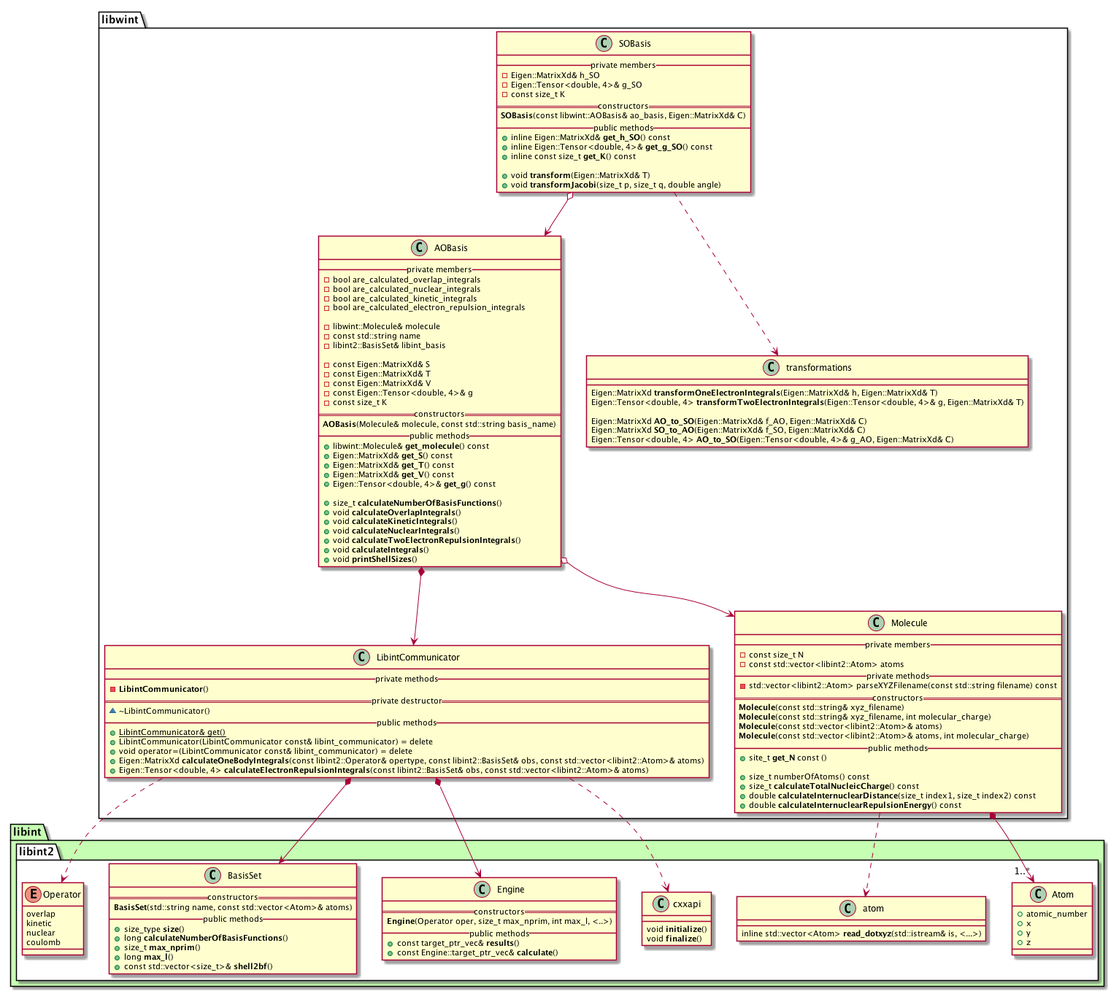
Above: docs/libwint_UML_diagram.png in tmhuysen/libwint (PlantUML), before the change.
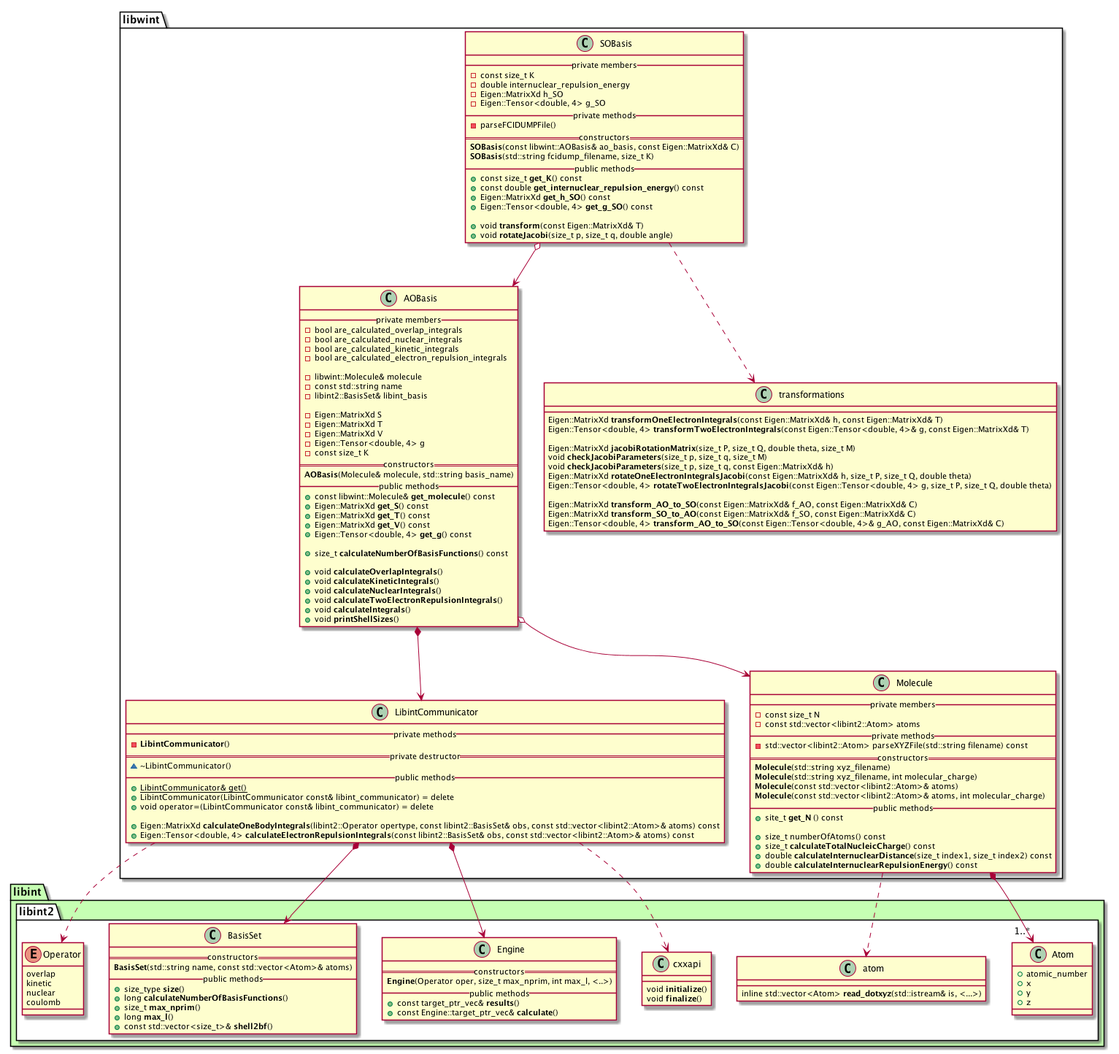
The same diagram one commit later.

Commit message:
Update UML diagram.

The edit, as a diff of the source:
```diff
@@ -64,21 +64,22 @@
             - const std::string name
             - libint2::BasisSet& libint_basis
 
-            - const Eigen::MatrixXd& S
-            - const Eigen::MatrixXd& T
-            - const Eigen::MatrixXd& V
-            - const Eigen::Tensor<double, 4>& g
+            - Eigen::MatrixXd S
+            - Eigen::MatrixXd T
+            - Eigen::MatrixXd V
+            - Eigen::Tensor<double, 4> g
             - const size_t K
         == constructors ==
-            **AOBasis**(Molecule& molecule, const std::string basis_name)
+            **AOBasis**(Molecule& molecule, std::string basis_name)
         __ public methods __
-            + libwint::Molecule& **get_molecule**() const
-            + Eigen::MatrixXd& **get_S**() const
-            + Eigen::MatrixXd& **get_T**() const
-            + Eigen::MatrixXd& **get_V**() const
-            + Eigen::Tensor<double, 4>& **get_g**() const
+            + const libwint::Molecule& **get_molecule**() const
+            + Eigen::MatrixXd **get_S**() const
+            + Eigen::MatrixXd **get_T**() const
+            + Eigen::MatrixXd **get_V**() const
+            + Eigen::Tensor<double, 4> **get_g**() const
 
-            + size_t **calculateNumberOfBasisFunctions**()
+            + size_t **calculateNumberOfBasisFunctions**() const
+
             + void **calculateOverlapIntegrals**()
             + void **calculateKineticIntegrals**()
             + void **calculateNuclearIntegrals**()
@@ -90,28 +91,40 @@
 
     class SOBasis {
         __ private members __
-            - Eigen::MatrixXd& h_SO
-            - Eigen::Tensor<double, 4>& g_SO
             - const size_t K
+            - double internuclear_repulsion_energy
+            - Eigen::MatrixXd h_SO
+            - Eigen::Tensor<double, 4> g_SO
+        __ private methods __
+            - parseFCIDUMPFile()
         == constructors ==
-            **SOBasis**(const libwint::AOBasis& ao_basis, Eigen::MatrixXd& C)
+            **SOBasis**(const libwint::AOBasis& ao_basis, const Eigen::MatrixXd& C)
+            **SOBasis**(std::string fcidump_filename, size_t K)
         __ public methods __
-            + inline Eigen::MatrixXd& **get_h_SO**() const
-            + inline Eigen::Tensor<double, 4>& **get_g_SO**() const
-            + inline const size_t **get_K**() const
+            + const size_t **get_K**() const
+            + const double **get_internuclear_repulsion_energy**() const
+            + Eigen::MatrixXd **get_h_SO**() const
+            + Eigen::Tensor<double, 4> **get_g_SO**() const
 
-            + void **transform**(Eigen::MatrixXd& T)
-            + void **transformJacobi**(size_t p, size_t q, double angle)
+            + void **transform**(const Eigen::MatrixXd& T)
+            + void **rotateJacobi**(size_t p, size_t q, double angle)
     }
 
 
     class transformations {
-            Eigen::MatrixXd **transformOneElectronIntegrals**(Eigen::MatrixXd& h, Eigen::MatrixXd& T)
-            Eigen::Tensor<double, 4> **transformTwoElectronIntegrals**(Eigen::Tensor<double, 4>& g, Eigen::MatrixXd& T)
+            Eigen::MatrixXd **transformOneElectronIntegrals**(const Eigen::MatrixXd& h, const Eigen::MatrixXd& T)
+            Eigen::Tensor<double, 4> **transformTwoElectronIntegrals**(const Eigen::Tensor<double, 4>& g, const Eigen::MatrixXd& T)
 
-            Eigen::MatrixXd **AO_to_SO**(Eigen::MatrixXd& f_AO, Eigen::MatrixXd& C)
-            Eigen::MatrixXd **SO_to_AO**(Eigen::MatrixXd& f_SO, Eigen::MatrixXd& C)
-            Eigen::Tensor<double, 4> **AO_to_SO**(Eigen::Tensor<double, 4>& g_AO, Eigen::MatrixXd& C)
+            Eigen::MatrixXd **jacobiRotationMatrix**(size_t P, size_t Q, double theta, size_t M)
+            void **checkJacobiParameters**(size_t p, size_t q, size_t M)
+            void **checkJacobiParameters**(size_t p, size_t q, const Eigen::MatrixXd& h)
+            Eigen::MatrixXd **rotateOneElectronIntegralsJacobi**(const Eigen::MatrixXd& h, size_t P, size_t Q, double theta)
+            Eigen::Tensor<double, 4> **rotateTwoElectronIntegralsJacobi**(const Eigen::Tensor<double, 4> g, size_t P, size_t Q, double theta)
+
+            Eigen::MatrixXd **transform_AO_to_SO**(const Eigen::MatrixXd& f_AO, const Eigen::MatrixXd& C)
+            Eigen::MatrixXd **transform_SO_to_AO**(const Eigen::MatrixXd& f_SO, const Eigen::MatrixXd& C)
+            Eigen::Tensor<double, 4> **transform_AO_to_SO**(const Eigen::Tensor<double, 4>& g_AO, const Eigen::MatrixXd& C)
+
     }
 
 
@@ -124,8 +137,9 @@
             + {static} LibintCommunicator& get()
             + LibintCommunicator(LibintCommunicator const& libint_communicator) = delete
             + void operator=(LibintCommunicator const& libint_communicator) = delete
-            + Eigen::MatrixXd **calculateOneBodyIntegrals**(const libint2::Operator& opertype, const libint2::BasisSet& obs, const std::vector<libint2::Atom>& atoms)
-            + Eigen::Tensor<double, 4> **calculateElectronRepulsionIntegrals**(const libint2::BasisSet& obs, const std::vector<libint2::Atom>& atoms)
+
+            + Eigen::MatrixXd **calculateOneBodyIntegrals**(libint2::Operator opertype, const libint2::BasisSet& obs, const std::vector<libint2::Atom>& atoms) const
+            + Eigen::Tensor<double, 4> **calculateElectronRepulsionIntegrals**(const libint2::BasisSet& obs, const std::vector<libint2::Atom>& atoms) const
     }
 
 
@@ -134,14 +148,14 @@
             - const size_t N
             - const std::vector<libint2::Atom> atoms
         __ private methods __
-            - std::vector<libint2::Atom> parseXYZFilename(const std::string filename) const
+            - std::vector<libint2::Atom> parseXYZFile(std::string filename) const
         == constructors ==
-            **Molecule**(const std::string& xyz_filename)
-            **Molecule**(const std::string& xyz_filename, int molecular_charge)
+            **Molecule**(std::string xyz_filename)
+            **Molecule**(std::string xyz_filename, int molecular_charge)
             **Molecule**(const std::vector<libint2::Atom>& atoms)
             **Molecule**(const std::vector<libint2::Atom>& atoms, int molecular_charge)
         __ public methods __
-            + site_t **get_N** const ()
+            + site_t **get_N** () const
 
             + size_t numberOfAtoms() const
             + size_t **calculateTotalNucleicCharge**() const
```
